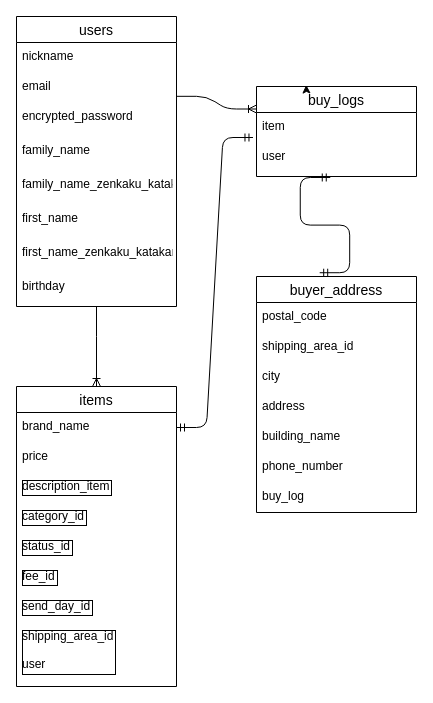
Before: ER.dio in o-kun8228/furima-37097, a draw.io diagram. Source tidied: cells renumbered, new cells numbered last; positions are measured from the earlier drawing's top-left corner, leaving out a move shared by most shapes. Both pictures are drawn from the tidied source at 100%, with x=0, y=0 at pixel (16, 16).
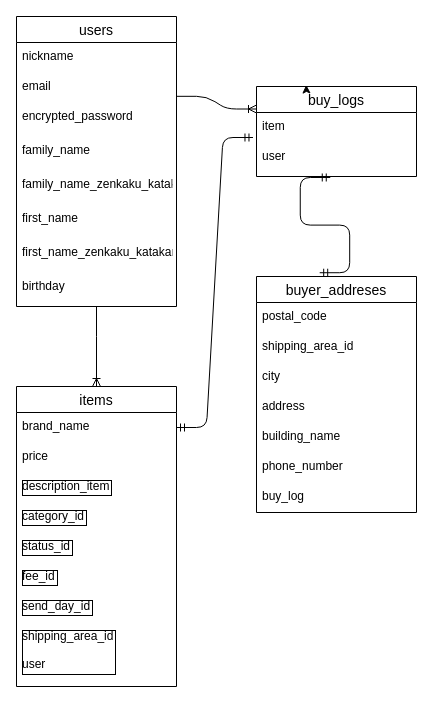
After the change.

The edit, as a diff of the source:
```diff
@@
-    <mxCell id="25" value="buyer_address" style="swimlane;fontStyle=0;horizontal=1;startSize=26;align=center;fontSize=14;" parent="1" vertex="1">
+    <mxCell id="25" value="buyer_addreses" style="swimlane;fontStyle=0;horizontal=1;startSize=26;align=center;fontSize=14;" parent="1" vertex="1">
       <mxGeometry x="240" y="260" width="160" height="236" as="geometry" />
     </mxCell>
```
